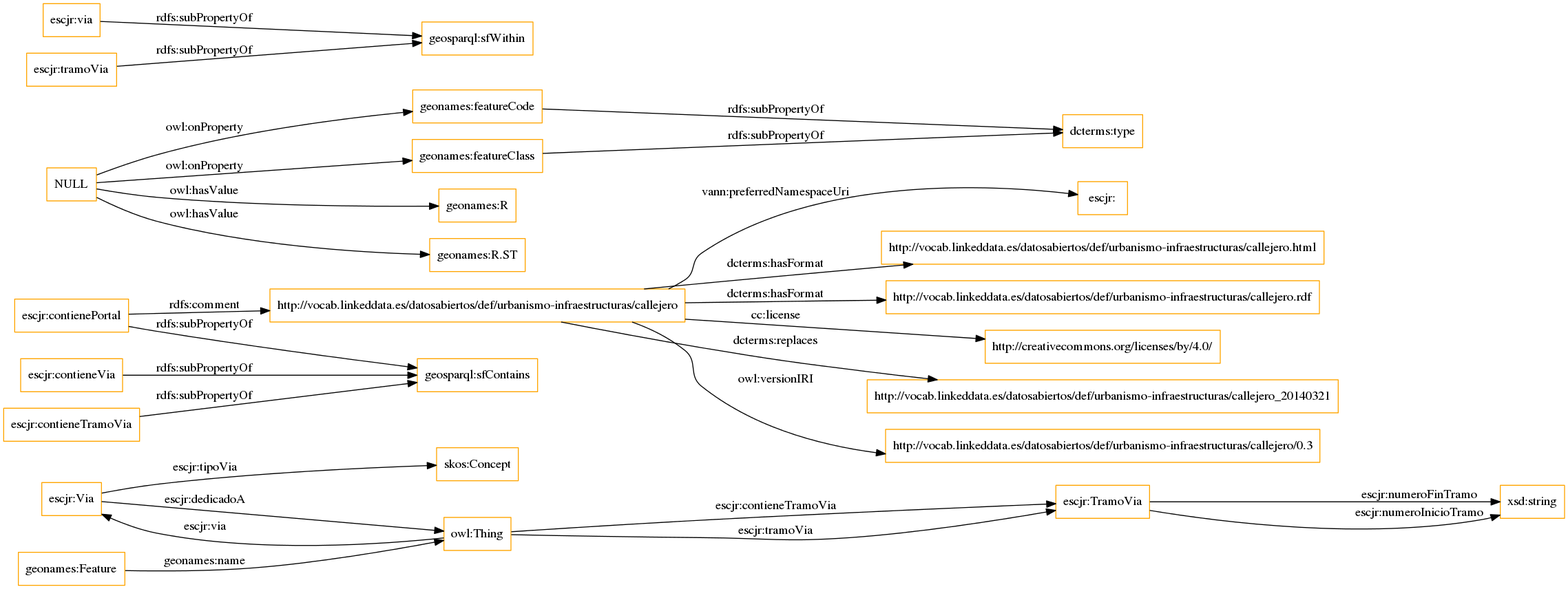
Earlier version of the Graphviz export OnToology/callejero.owl/diagrams/ar2dtool-class/callejero.owl.png (opencitydata/urbanismo-infraestructuras-callejero). Its source is kept beside it as OnToology/callejero.owl/diagrams/ar2dtool-class/callejero.owl.png.dot.
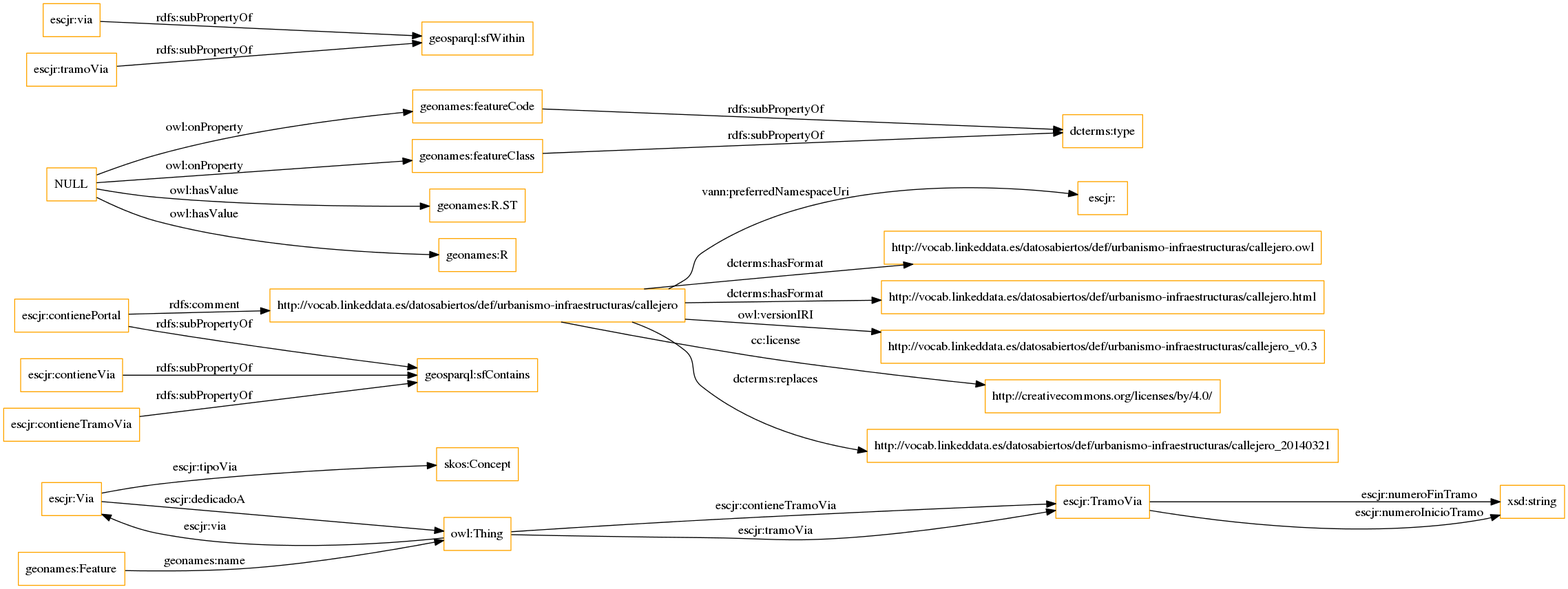
The same diagram one commit later.

The edit, as a diff of the source:
```diff
@@ -3,11 +3,11 @@
 size="1501"
 node [shape = rectangle, color="orange"]; "skos:Concept" "geonames:Feature" "escjr:Via" "escjr:TramoVia" ; /*classes style*/
 	"http://vocab.linkeddata.es/datosabiertos/def/urbanismo-infraestructuras/callejero" -> "escjr:" [ label = "vann:preferredNamespaceUri" ];
+	"http://vocab.linkeddata.es/datosabiertos/def/urbanismo-infraestructuras/callejero" -> "http://vocab.linkeddata.es/datosabiertos/def/urbanismo-infraestructuras/callejero.owl" [ label = "dcterms:hasFormat" ];
 	"http://vocab.linkeddata.es/datosabiertos/def/urbanismo-infraestructuras/callejero" -> "http://vocab.linkeddata.es/datosabiertos/def/urbanismo-infraestructuras/callejero.html" [ label = "dcterms:hasFormat" ];
-	"http://vocab.linkeddata.es/datosabiertos/def/urbanismo-infraestructuras/callejero" -> "http://vocab.linkeddata.es/datosabiertos/def/urbanismo-infraestructuras/callejero.rdf" [ label = "dcterms:hasFormat" ];
+	"http://vocab.linkeddata.es/datosabiertos/def/urbanismo-infraestructuras/callejero" -> "http://vocab.linkeddata.es/datosabiertos/def/urbanismo-infraestructuras/callejero_v0.3" [ label = "owl:versionIRI" ];
 	"http://vocab.linkeddata.es/datosabiertos/def/urbanismo-infraestructuras/callejero" -> "http://creativecommons.org/licenses/by/4.0/" [ label = "cc:license" ];
 	"http://vocab.linkeddata.es/datosabiertos/def/urbanismo-infraestructuras/callejero" -> "http://vocab.linkeddata.es/datosabiertos/def/urbanismo-infraestructuras/callejero_20140321" [ label = "dcterms:replaces" ];
-	"http://vocab.linkeddata.es/datosabiertos/def/urbanismo-infraestructuras/callejero" -> "http://vocab.linkeddata.es/datosabiertos/def/urbanismo-infraestructuras/callejero/0.3" [ label = "owl:versionIRI" ];
 	"escjr:contienePortal" -> "geosparql:sfContains" [ label = "rdfs:subPropertyOf" ];
 	"escjr:contienePortal" -> "http://vocab.linkeddata.es/datosabiertos/def/urbanismo-infraestructuras/callejero" [ label = "rdfs:comment" ];
 	"escjr:contieneVia" -> "geosparql:sfContains" [ label = "rdfs:subPropertyOf" ];
@@ -16,10 +16,10 @@
 	"escjr:via" -> "geosparql:sfWithin" [ label = "rdfs:subPropertyOf" ];
 	"escjr:tramoVia" -> "geosparql:sfWithin" [ label = "rdfs:subPropertyOf" ];
 	"escjr:contieneTramoVia" -> "geosparql:sfContains" [ label = "rdfs:subPropertyOf" ];
+	"NULL" -> "geonames:R.ST" [ label = "owl:hasValue" ];
+	"NULL" -> "geonames:featureCode" [ label = "owl:onProperty" ];
 	"NULL" -> "geonames:R" [ label = "owl:hasValue" ];
 	"NULL" -> "geonames:featureClass" [ label = "owl:onProperty" ];
-	"NULL" -> "geonames:R.ST" [ label = "owl:hasValue" ];
-	"NULL" -> "geonames:featureCode" [ label = "owl:onProperty" ];
 	"escjr:TramoVia" -> "xsd:string" [ label = "escjr:numeroFinTramo" ];
 	"owl:Thing" -> "escjr:TramoVia" [ label = "escjr:contieneTramoVia" ];
 	"escjr:TramoVia" -> "xsd:string" [ label = "escjr:numeroInicioTramo" ];
```
